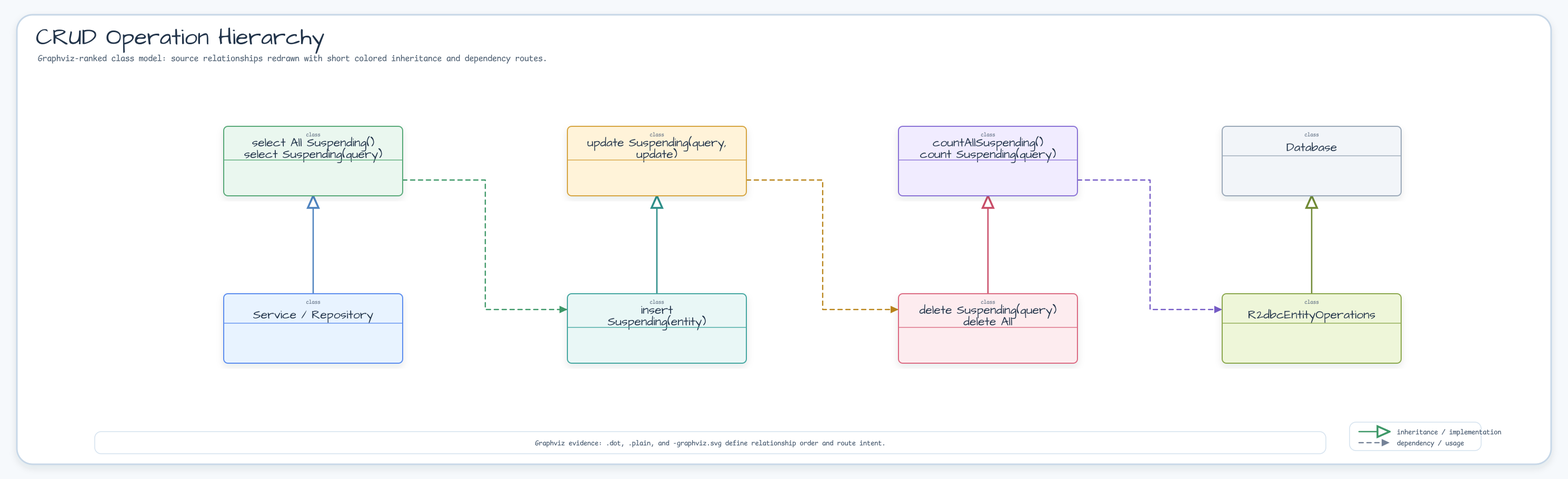
Above: docs/images/readme-diagrams/spring-boot-r2dbc-diagram-03.png in bluetape4k/bluetape4k-projects (Graphviz), before the change. Its source is kept beside it as docs/images/readme-diagrams/spring-boot-r2dbc-diagram-03.dot.
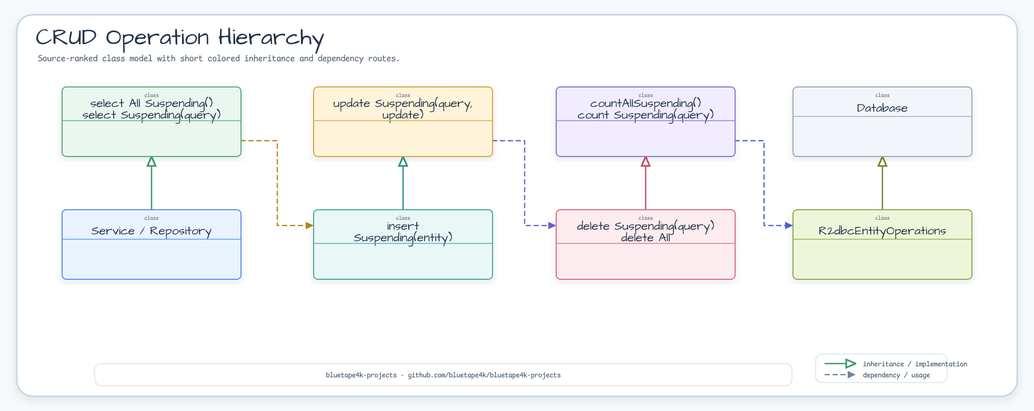
Later version of the same file.

Change to the diagram source:
```diff
@@ -4,17 +4,17 @@
   edge [fontname="Comic Mono", fontsize=10, arrowsize=0.75, penwidth=1.8];
   Service_Repository [label="Service / Repository", fillcolor="#E8F3FF", color="#5B8DEF"];
   select_All_Suspending_select_Suspending_query [label="select All Suspending() select Suspending(query)", fillcolor="#EAF7EF", color="#58A978"];
-  insert_Suspending_entity_insert_Or_Null [label="insert Suspending(entity) insert Or Null", fillcolor="#E9F7F6", color="#45A7A1"];
+  insert_Suspending_entity_insert_Or_Null [label="insert Suspending(entity)", fillcolor="#E9F7F6", color="#45A7A1"];
   update_Suspending_query_update [label="update Suspending(query, update)", fillcolor="#FFF3D9", color="#D6A441"];
   delete_Suspending_query_delete_All [label="delete Suspending(query) delete All", fillcolor="#FDECEF", color="#DC6B82"];
   countAllSuspending_count_Suspending_query [label="countAllSuspending() count Suspending(query)", fillcolor="#F1ECFF", color="#8A72D6"];
   R2dbcEntityOperations [label="R2dbcEntityOperations", fillcolor="#EEF6D9", color="#8BA84D"];
-  Database [label="(Database)", fillcolor="#F2F5F9", color="#9AA8B8"];
-  select_All_Suspending_select_Suspending_query -> Service_Repository [color="#4F83BF", fontcolor="#4F83BF", style="solid", arrowhead="none", weight=10];
-  select_All_Suspending_select_Suspending_query -> insert_Suspending_entity_insert_Or_Null [color="#3E9868", fontcolor="#3E9868", style="dashed", arrowhead="none", weight=2];
+  Database [label="Database", fillcolor="#F2F5F9", color="#9AA8B8"];
+  select_All_Suspending_select_Suspending_query -> Service_Repository [color="#3E9868", fontcolor="#3E9868", style="solid", arrowhead="none", weight=10];
+  select_All_Suspending_select_Suspending_query -> insert_Suspending_entity_insert_Or_Null [color="#B9851B", fontcolor="#B9851B", style="dashed", arrowhead="none", weight=2];
   update_Suspending_query_update -> insert_Suspending_entity_insert_Or_Null [color="#2E8F89", fontcolor="#2E8F89", style="solid", arrowhead="none", weight=10];
-  update_Suspending_query_update -> delete_Suspending_query_delete_All [color="#B9851B", fontcolor="#B9851B", style="dashed", arrowhead="none", weight=2];
+  update_Suspending_query_update -> delete_Suspending_query_delete_All [color="#755BC6", fontcolor="#755BC6", style="dashed", arrowhead="none", weight=2];
   countAllSuspending_count_Suspending_query -> delete_Suspending_query_delete_All [color="#C94D68", fontcolor="#C94D68", style="solid", arrowhead="none", weight=10];
-  countAllSuspending_count_Suspending_query -> R2dbcEntityOperations [color="#755BC6", fontcolor="#755BC6", style="dashed", arrowhead="none", weight=2];
+  countAllSuspending_count_Suspending_query -> R2dbcEntityOperations [color="#4F63C7", fontcolor="#4F63C7", style="dashed", arrowhead="none", weight=2];
   Database -> R2dbcEntityOperations [color="#718A35", fontcolor="#718A35", style="solid", arrowhead="none", weight=10];
 }
```
